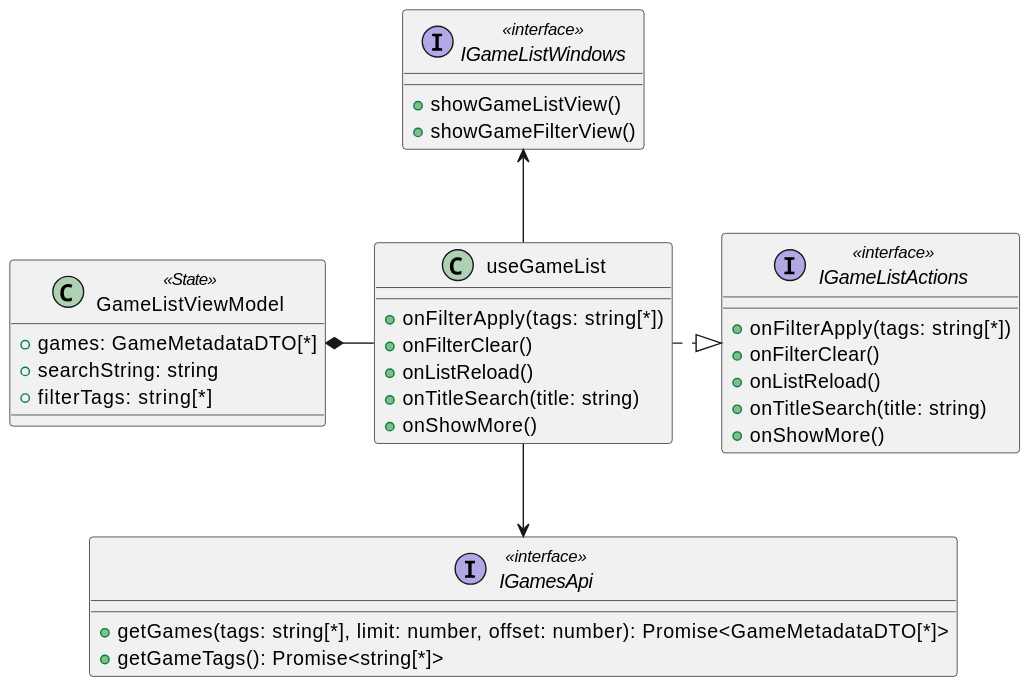
Earlier version of the PlantUML export diagrams/frontend/rendered/game-list-presenter.svg (Igor-Ochocki/POP-2026Z).
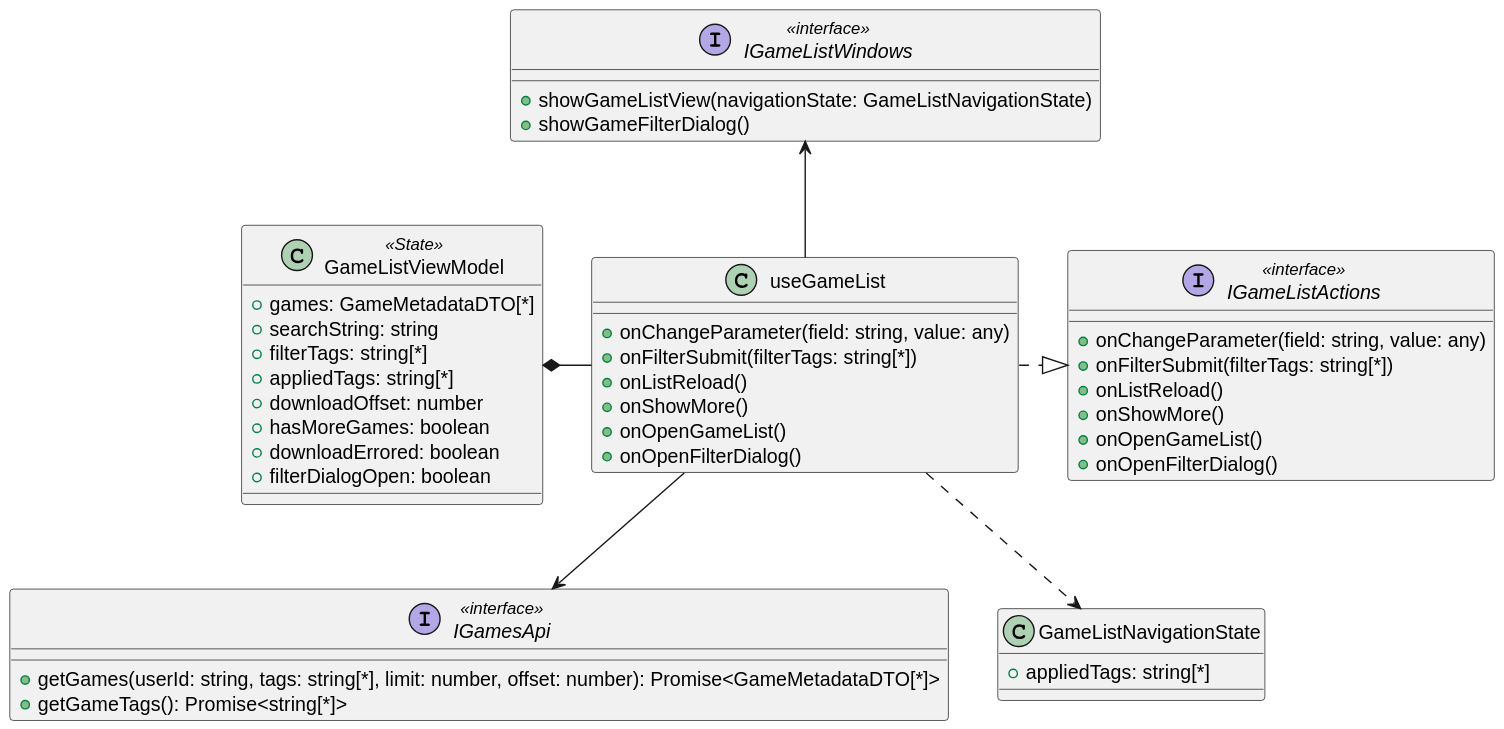
After the change.

Diff of the diagram source:
```diff
@@ -1,38 +1,50 @@
 @startuml
 interface IGameListActions <<interface>> {
-    +onFilterApply(tags: string[*])
-    +onFilterClear()
+    +onChangeParameter(field: string, value: any)
+    +onFilterSubmit(filterTags: string[*])
     +onListReload()
-    +onTitleSearch(title: string)
     +onShowMore()
+    +onOpenGameList()
+    +onOpenFilterDialog()
 }
 
 interface IGamesApi <<interface>> {
-    +getGames(tags: string[*], limit: number, offset: number): Promise<GameMetadataDTO[*]>
+    +getGames(userId: string, tags: string[*], limit: number, offset: number): Promise<GameMetadataDTO[*]>
     +getGameTags(): Promise<string[*]>
 }
 
 interface IGameListWindows <<interface>> {
-    +showGameListView()
-    +showGameFilterView()
+    +showGameListView(navigationState: GameListNavigationState)
+    +showGameFilterDialog()
 }
 
 class useGameList {
-    +onFilterApply(tags: string[*])
-    +onFilterClear()
+    +onChangeParameter(field: string, value: any)
+    +onFilterSubmit(filterTags: string[*])
     +onListReload()
-    +onTitleSearch(title: string)
     +onShowMore()
+    +onOpenGameList()
+    +onOpenFilterDialog()
 }
 
 class GameListViewModel <<State>> {
     +games: GameMetadataDTO[*]
     +searchString: string
     +filterTags: string[*]
+    +appliedTags: string[*]
+    +downloadOffset: number
+    +hasMoreGames: boolean
+    +downloadErrored: boolean
+    +filterDialogOpen: boolean
+}
+
+class GameListNavigationState {
+    +appliedTags: string[*]
 }
 
 useGameList -u-> IGameListWindows
 useGameList .|> IGameListActions
 useGameList -->  IGamesApi
 GameListViewModel *- useGameList
+useGameList ..> GameListNavigationState
 @enduml
```
